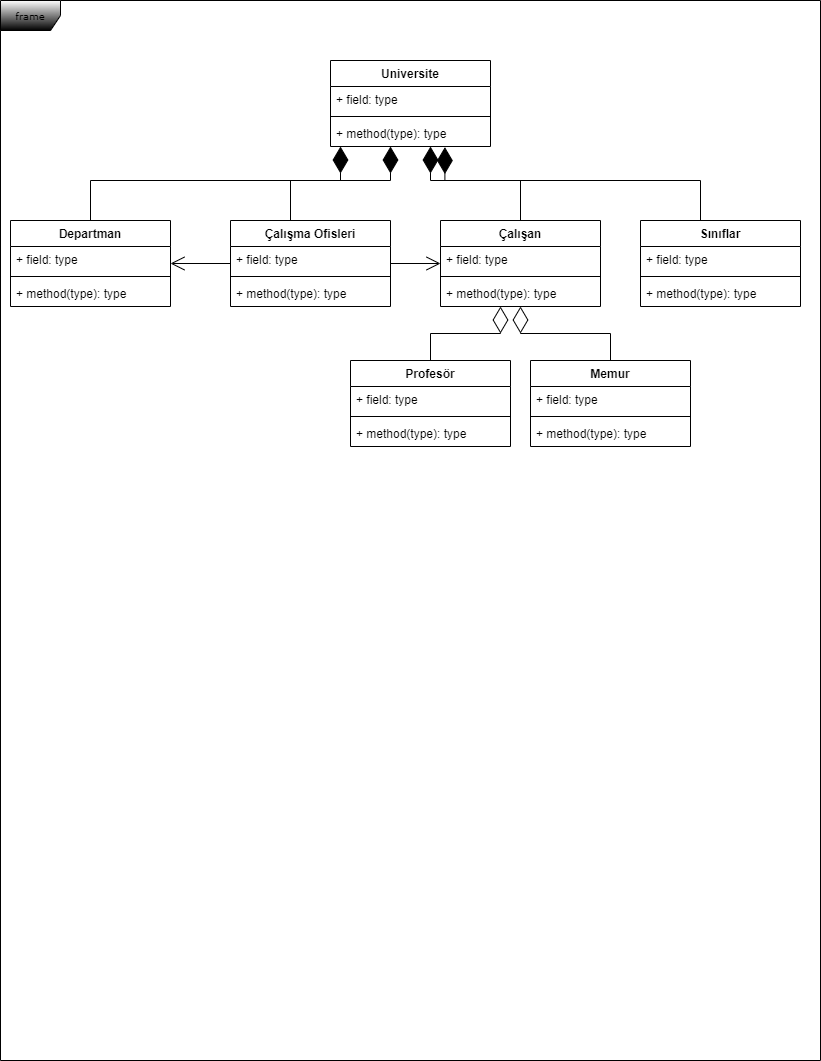
Before: UniversteYonetimSistemi.drawio.png, a diagram exported from draw.io (sinanokan/Patika-Object-Oriented-Programming). Source tidied: cells renumbered, new cells last; positions are measured from the earlier drawing's top-left corner, leaving out a move shared by most shapes. The source it was exported from:
```xml
<mxGraphModel>
  <root>
    <mxCell id="0" />
    <mxCell id="1" parent="0" />
    <mxCell id="2" value="frame" style="shape=umlFrame;whiteSpace=wrap;html=1;rounded=0;shadow=0;comic=0;labelBackgroundColor=none;strokeWidth=1;fontFamily=Verdana;fontSize=10;align=center;gradientColor=default;swimlaneFillColor=default;" parent="1" vertex="1">
      <mxGeometry width="820" height="1060" as="geometry" />
    </mxCell>
    <mxCell id="3" value="Universite" style="swimlane;fontStyle=1;align=center;verticalAlign=top;horizontal=1;startSize=26;" parent="1" vertex="1">
      <mxGeometry x="330" y="60" width="160" height="86" as="geometry" />
    </mxCell>
    <mxCell id="4" value="+ field: type" style="text;strokeColor=none;fillColor=none;align=left;verticalAlign=top;spacingLeft=4;spacingRight=4;overflow=hidden;" parent="3" vertex="1">
      <mxGeometry y="26" width="160" height="26" as="geometry" />
    </mxCell>
    <mxCell id="5" style="line;strokeWidth=1;fillColor=none;align=left;verticalAlign=middle;spacingTop=-1;spacingLeft=3;spacingRight=3;labelPosition=right;strokeColor=inherit;" parent="3" vertex="1">
      <mxGeometry y="52" width="160" height="8" as="geometry" />
    </mxCell>
    <mxCell id="6" value="+ method(type): type" style="text;strokeColor=none;fillColor=none;align=left;verticalAlign=top;spacingLeft=4;spacingRight=4;overflow=hidden;points=[[0,0.5],[1,0.5]];portConstraint=eastwest;" parent="3" vertex="1">
      <mxGeometry y="60" width="160" height="26" as="geometry" />
    </mxCell>
    <mxCell id="7" value="Departman" style="swimlane;fontStyle=1;align=center;verticalAlign=top;horizontal=1;startSize=26;" parent="1" vertex="1">
      <mxGeometry x="10" y="220" width="160" height="86" as="geometry" />
    </mxCell>
    <mxCell id="8" value="+ field: type" style="text;strokeColor=none;fillColor=none;align=left;verticalAlign=top;spacingLeft=4;spacingRight=4;overflow=hidden;" parent="7" vertex="1">
      <mxGeometry y="26" width="160" height="26" as="geometry" />
    </mxCell>
    <mxCell id="9" style="line;strokeWidth=1;fillColor=none;align=left;verticalAlign=middle;spacingTop=-1;spacingLeft=3;spacingRight=3;labelPosition=right;strokeColor=inherit;" parent="7" vertex="1">
      <mxGeometry y="52" width="160" height="8" as="geometry" />
    </mxCell>
    <mxCell id="10" value="+ method(type): type" style="text;strokeColor=none;fillColor=none;align=left;verticalAlign=top;spacingLeft=4;spacingRight=4;overflow=hidden;" parent="7" vertex="1">
      <mxGeometry y="60" width="160" height="26" as="geometry" />
    </mxCell>
    <mxCell id="11" style="endArrow=diamondThin;endFill=1;endSize=24;html=1;rounded=0;exitX=0.5;exitY=0;exitDx=0;exitDy=0;edgeStyle=orthogonalEdgeStyle;" parent="1" edge="1" source="7" target="3">
      <mxGeometry relative="1" as="geometry">
        <Array as="points">
          <mxPoint x="90" y="180" />
          <mxPoint x="340" y="180" />
        </Array>
      </mxGeometry>
    </mxCell>
    <mxCell id="12" value="Çalışma Ofisleri" style="swimlane;fontStyle=1;align=center;verticalAlign=top;horizontal=1;startSize=26;" parent="1" vertex="1">
      <mxGeometry x="230" y="220" width="160" height="86" as="geometry" />
    </mxCell>
    <mxCell id="13" value="+ field: type" style="text;strokeColor=none;fillColor=none;align=left;verticalAlign=top;spacingLeft=4;spacingRight=4;overflow=hidden;" parent="12" vertex="1">
      <mxGeometry y="26" width="160" height="26" as="geometry" />
    </mxCell>
    <mxCell id="14" style="line;strokeWidth=1;fillColor=none;align=left;verticalAlign=middle;spacingTop=-1;spacingLeft=3;spacingRight=3;labelPosition=right;strokeColor=inherit;" parent="12" vertex="1">
      <mxGeometry y="52" width="160" height="8" as="geometry" />
    </mxCell>
    <mxCell id="15" value="+ method(type): type" style="text;strokeColor=none;fillColor=none;align=left;verticalAlign=top;spacingLeft=4;spacingRight=4;overflow=hidden;" parent="12" vertex="1">
      <mxGeometry y="60" width="160" height="26" as="geometry" />
    </mxCell>
    <mxCell id="16" style="endArrow=diamondThin;endFill=1;endSize=24;html=1;rounded=0;edgeStyle=orthogonalEdgeStyle;" parent="1" edge="1" source="12" target="3">
      <mxGeometry x="0.35" y="-4" relative="1" as="geometry">
        <Array as="points">
          <mxPoint x="290" y="180" />
          <mxPoint x="390" y="180" />
        </Array>
      </mxGeometry>
    </mxCell>
    <mxCell id="17" value="Çalışan" style="swimlane;fontStyle=1;align=center;verticalAlign=top;horizontal=1;startSize=26;" parent="1" vertex="1">
      <mxGeometry x="440" y="220" width="160" height="86" as="geometry" />
    </mxCell>
    <mxCell id="18" value="+ field: type" style="text;strokeColor=none;fillColor=none;align=left;verticalAlign=top;spacingLeft=4;spacingRight=4;overflow=hidden;" parent="17" vertex="1">
      <mxGeometry y="26" width="160" height="26" as="geometry" />
    </mxCell>
    <mxCell id="19" style="line;strokeWidth=1;fillColor=none;align=left;verticalAlign=middle;spacingTop=-1;spacingLeft=3;spacingRight=3;labelPosition=right;strokeColor=inherit;" parent="17" vertex="1">
      <mxGeometry y="52" width="160" height="8" as="geometry" />
    </mxCell>
    <mxCell id="20" value="+ method(type): type" style="text;strokeColor=none;fillColor=none;align=left;verticalAlign=top;spacingLeft=4;spacingRight=4;overflow=hidden;" parent="17" vertex="1">
      <mxGeometry y="60" width="160" height="26" as="geometry" />
    </mxCell>
    <mxCell id="21" style="endArrow=diamondThin;endFill=1;endSize=24;html=1;rounded=0;edgeStyle=orthogonalEdgeStyle;entryX=0.715;entryY=1.023;entryDx=0;entryDy=0;entryPerimeter=0;exitX=0.5;exitY=0;exitDx=0;exitDy=0;" parent="1" edge="1" source="17" target="6">
      <mxGeometry relative="1" as="geometry">
        <Array as="points">
          <mxPoint x="520" y="220" />
          <mxPoint x="520" y="180" />
          <mxPoint x="480" y="180" />
        </Array>
      </mxGeometry>
    </mxCell>
    <mxCell id="22" value="Sınıflar" style="swimlane;fontStyle=1;align=center;verticalAlign=top;horizontal=1;startSize=26;" parent="1" vertex="1">
      <mxGeometry x="640" y="220" width="160" height="86" as="geometry" />
    </mxCell>
    <mxCell id="23" value="+ field: type" style="text;strokeColor=none;fillColor=none;align=left;verticalAlign=top;spacingLeft=4;spacingRight=4;overflow=hidden;" parent="22" vertex="1">
      <mxGeometry y="26" width="160" height="26" as="geometry" />
    </mxCell>
    <mxCell id="24" style="line;strokeWidth=1;fillColor=none;align=left;verticalAlign=middle;spacingTop=-1;spacingLeft=3;spacingRight=3;labelPosition=right;strokeColor=inherit;" parent="22" vertex="1">
      <mxGeometry y="52" width="160" height="8" as="geometry" />
    </mxCell>
    <mxCell id="25" value="+ method(type): type" style="text;strokeColor=none;fillColor=none;align=left;verticalAlign=top;spacingLeft=4;spacingRight=4;overflow=hidden;" parent="22" vertex="1">
      <mxGeometry y="60" width="160" height="26" as="geometry" />
    </mxCell>
    <mxCell id="26" style="endArrow=diamondThin;endFill=1;endSize=24;html=1;rounded=0;edgeStyle=orthogonalEdgeStyle;" parent="1" edge="1" source="22" target="3">
      <mxGeometry relative="1" as="geometry">
        <Array as="points">
          <mxPoint x="700" y="180" />
          <mxPoint x="430" y="180" />
        </Array>
      </mxGeometry>
    </mxCell>
    <mxCell id="27" style="endArrow=open;endFill=1;endSize=12;html=1;rounded=0;" parent="1" edge="1" source="12" target="7">
      <mxGeometry relative="1" as="geometry" />
    </mxCell>
    <mxCell id="28" style="endArrow=open;endFill=1;endSize=12;html=1;rounded=0;" parent="1" edge="1" source="12" target="17">
      <mxGeometry relative="1" as="geometry" />
    </mxCell>
    <mxCell id="29" value="Profesör" style="swimlane;fontStyle=1;align=center;verticalAlign=top;horizontal=1;startSize=26;" parent="1" vertex="1">
      <mxGeometry x="350" y="360" width="160" height="86" as="geometry" />
    </mxCell>
    <mxCell id="30" value="+ field: type" style="text;strokeColor=none;fillColor=none;align=left;verticalAlign=top;spacingLeft=4;spacingRight=4;overflow=hidden;" parent="29" vertex="1">
      <mxGeometry y="26" width="160" height="26" as="geometry" />
    </mxCell>
    <mxCell id="31" style="line;strokeWidth=1;fillColor=none;align=left;verticalAlign=middle;spacingTop=-1;spacingLeft=3;spacingRight=3;labelPosition=right;strokeColor=inherit;" parent="29" vertex="1">
      <mxGeometry y="52" width="160" height="8" as="geometry" />
    </mxCell>
    <mxCell id="32" value="+ method(type): type" style="text;strokeColor=none;fillColor=none;align=left;verticalAlign=top;spacingLeft=4;spacingRight=4;overflow=hidden;" parent="29" vertex="1">
      <mxGeometry y="60" width="160" height="26" as="geometry" />
    </mxCell>
    <mxCell id="33" value="Memur" style="swimlane;fontStyle=1;align=center;verticalAlign=top;horizontal=1;startSize=26;" parent="1" vertex="1">
      <mxGeometry x="530" y="360" width="160" height="86" as="geometry" />
    </mxCell>
    <mxCell id="34" value="+ field: type" style="text;strokeColor=none;fillColor=none;align=left;verticalAlign=top;spacingLeft=4;spacingRight=4;overflow=hidden;" parent="33" vertex="1">
      <mxGeometry y="26" width="160" height="26" as="geometry" />
    </mxCell>
    <mxCell id="35" style="line;strokeWidth=1;fillColor=none;align=left;verticalAlign=middle;spacingTop=-1;spacingLeft=3;spacingRight=3;labelPosition=right;strokeColor=inherit;" parent="33" vertex="1">
      <mxGeometry y="52" width="160" height="8" as="geometry" />
    </mxCell>
    <mxCell id="36" value="+ method(type): type" style="text;strokeColor=none;fillColor=none;align=left;verticalAlign=top;spacingLeft=4;spacingRight=4;overflow=hidden;" parent="33" vertex="1">
      <mxGeometry y="60" width="160" height="26" as="geometry" />
    </mxCell>
    <mxCell id="37" style="endArrow=diamondThin;endFill=0;endSize=24;html=1;rounded=0;edgeStyle=orthogonalEdgeStyle;" parent="1" edge="1" source="29" target="17">
      <mxGeometry relative="1" as="geometry">
        <Array as="points">
          <mxPoint x="430" y="333" />
          <mxPoint x="500" y="333" />
        </Array>
      </mxGeometry>
    </mxCell>
    <mxCell id="38" style="endArrow=diamondThin;endFill=0;endSize=24;html=1;rounded=0;edgeStyle=orthogonalEdgeStyle;" parent="1" edge="1" source="33" target="17">
      <mxGeometry relative="1" as="geometry" />
    </mxCell>
  </root>
</mxGraphModel>
```
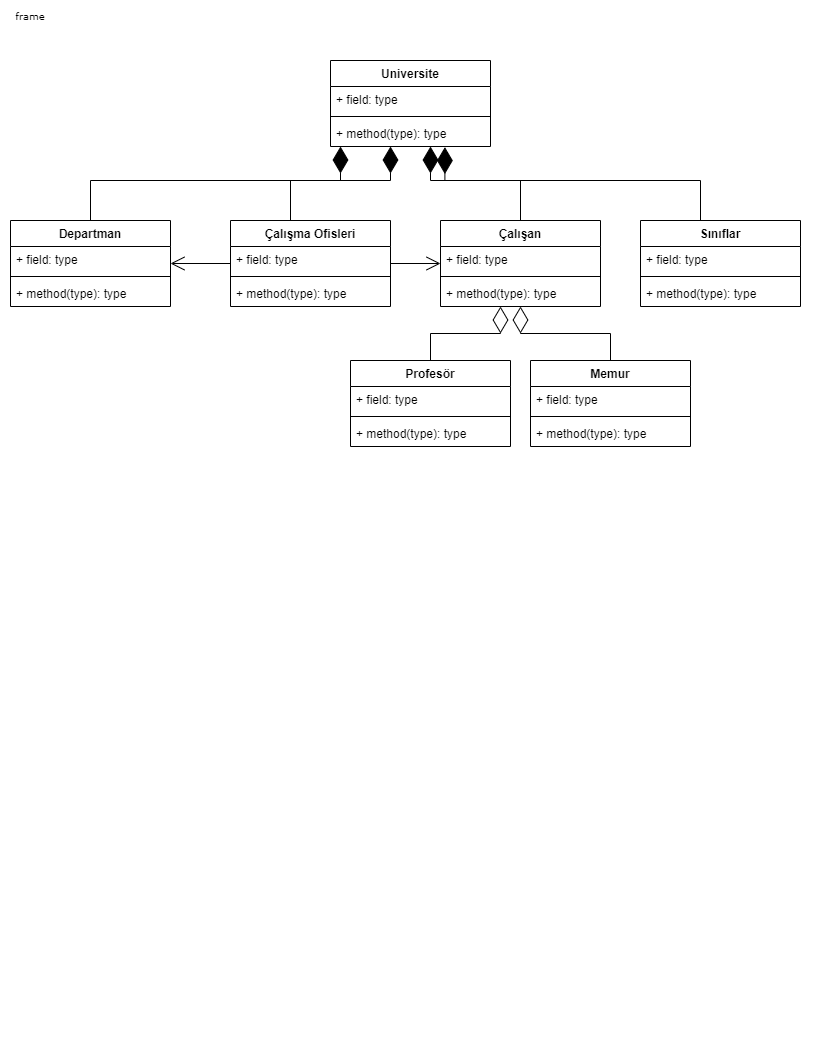
After the change.

The edit, as a diff of the source:
```diff
@@ -2,7 +2,7 @@
   <root>
     <mxCell id="0" />
     <mxCell id="1" parent="0" />
-    <mxCell id="2" value="frame" style="shape=umlFrame;whiteSpace=wrap;html=1;rounded=0;shadow=0;comic=0;labelBackgroundColor=none;strokeWidth=1;fontFamily=Verdana;fontSize=10;align=center;gradientColor=default;swimlaneFillColor=default;" parent="1" vertex="1">
+    <mxCell id="2" value="frame" style="shape=umlFrame;whiteSpace=wrap;html=1;rounded=0;shadow=0;comic=0;labelBackgroundColor=none;strokeWidth=1;fontFamily=Verdana;fontSize=10;align=center;swimlaneFillColor=none;fillColor=#FFFFFF;opacity=0;" parent="1" vertex="1">
       <mxGeometry width="820" height="1060" as="geometry" />
     </mxCell>
     <mxCell id="3" value="Universite" style="swimlane;fontStyle=1;align=center;verticalAlign=top;horizontal=1;startSize=26;" parent="1" vertex="1">
```
